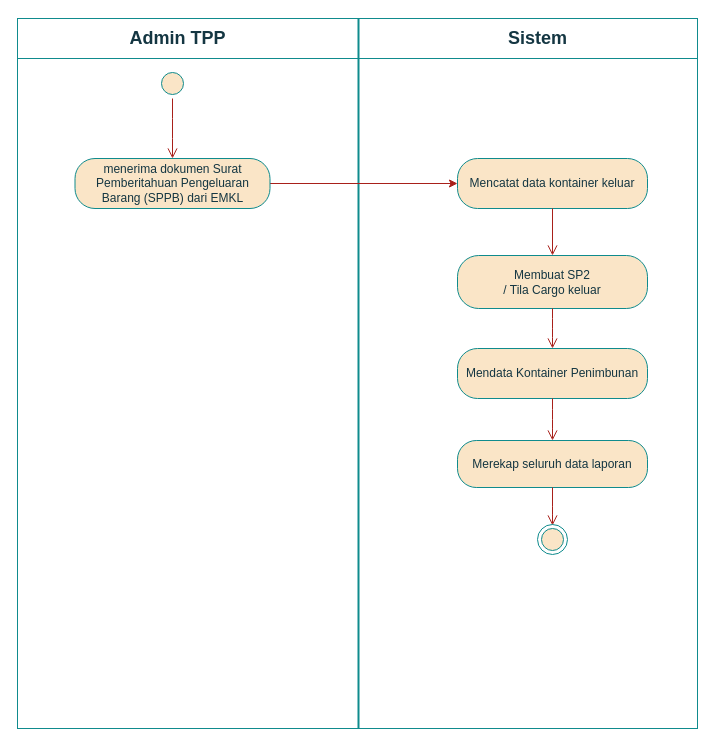
Before: page "Kontainer Keluar" (2 of 2) of Activity Diagram pa tata.drawio in cuangshulhan/Flowchart, a draw.io diagram. Source tidied: cells renumbered, new cells numbered last; positions are measured from the earlier drawing's top-left corner, leaving out a move shared by most shapes. Both pictures are drawn from the tidied source at 100%, with x=0, y=0 at pixel (17, 18).
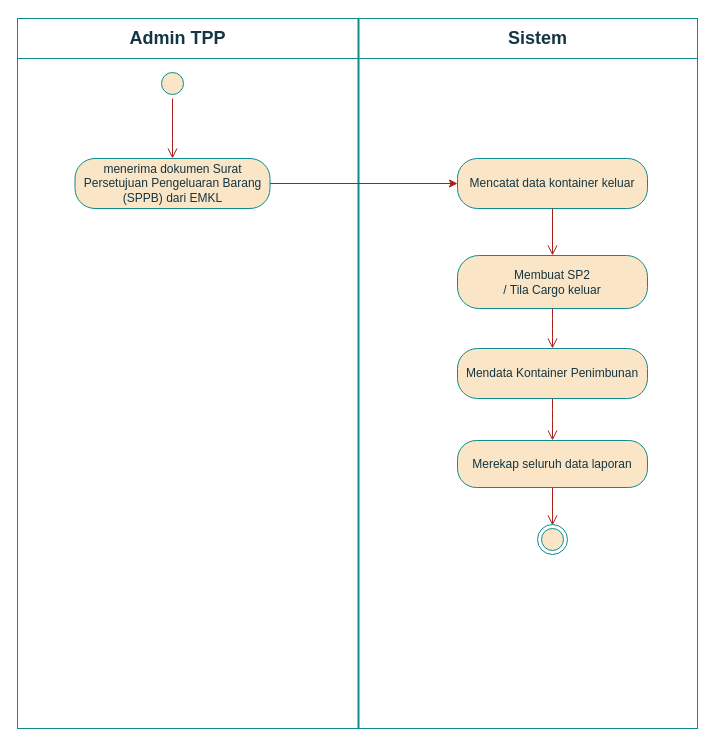
After the change.

The edit, as a diff of the source:
```diff
@@
-    <mxCell id="10" value="menerima dokumen Surat Pemberitahuan Pengeluaran Barang (SPPB) dari EMKL" style="rounded=1;whiteSpace=wrap;html=1;arcSize=40;fontColor=#143642;fillColor=#FAE5C7;strokeColor=#0F8B8D;" parent="1" vertex="1">
+    <mxCell id="10" value="menerima dokumen Surat Persetujuan Pengeluaran Barang (SPPB) dari EMKL" style="rounded=1;whiteSpace=wrap;html=1;arcSize=40;fontColor=#143642;fillColor=#FAE5C7;strokeColor=#0F8B8D;" parent="1" vertex="1">
       <mxGeometry x="57.5" y="140" width="195" height="50" as="geometry" />
     </mxCell>
```
